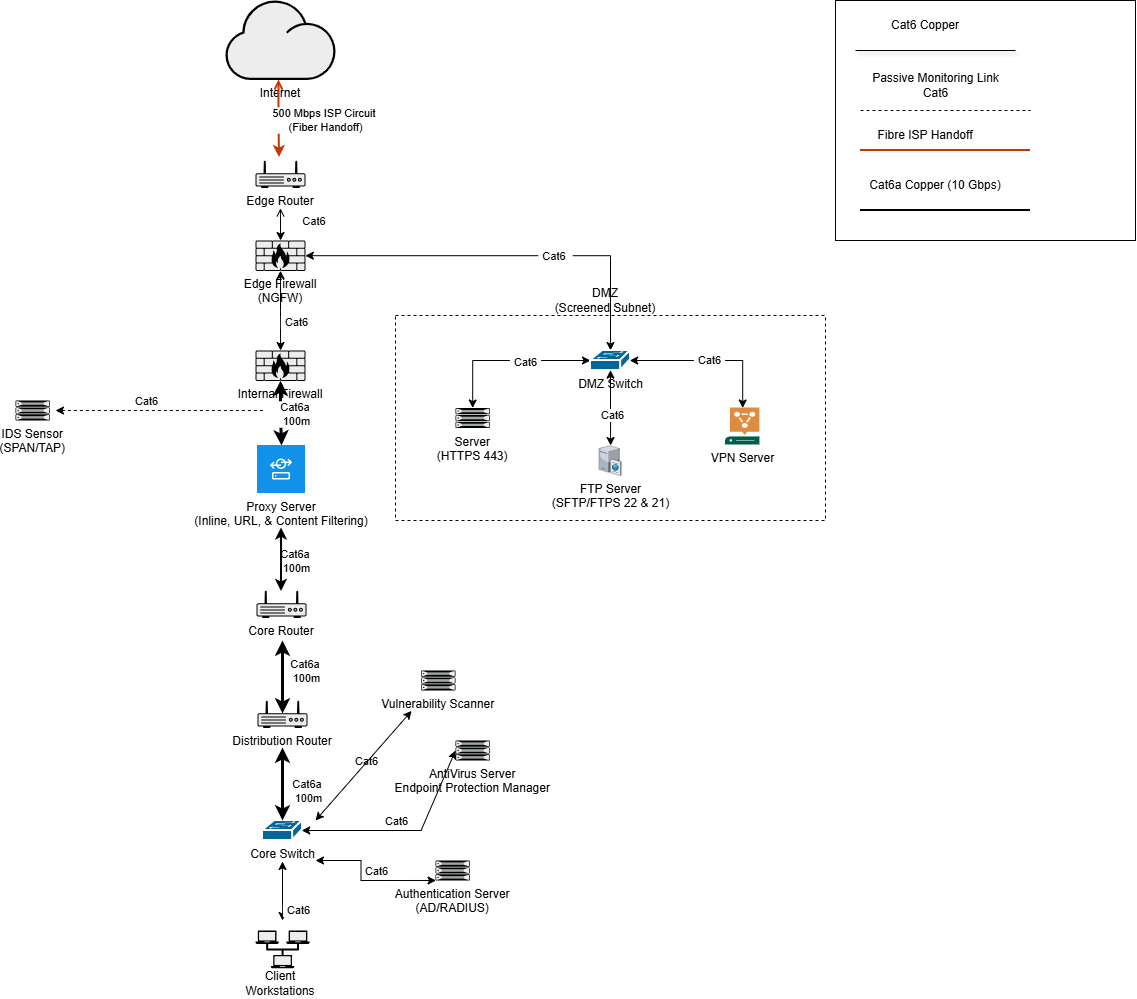
The draw.io diagram Secure Corporate Network.drawio.png in victorcruzat187/SecureCorpNetwork, before a commit. Source tidied: cells renumbered, new cells last; positions are measured from the earlier drawing's top-left corner, leaving out a move shared by most shapes.
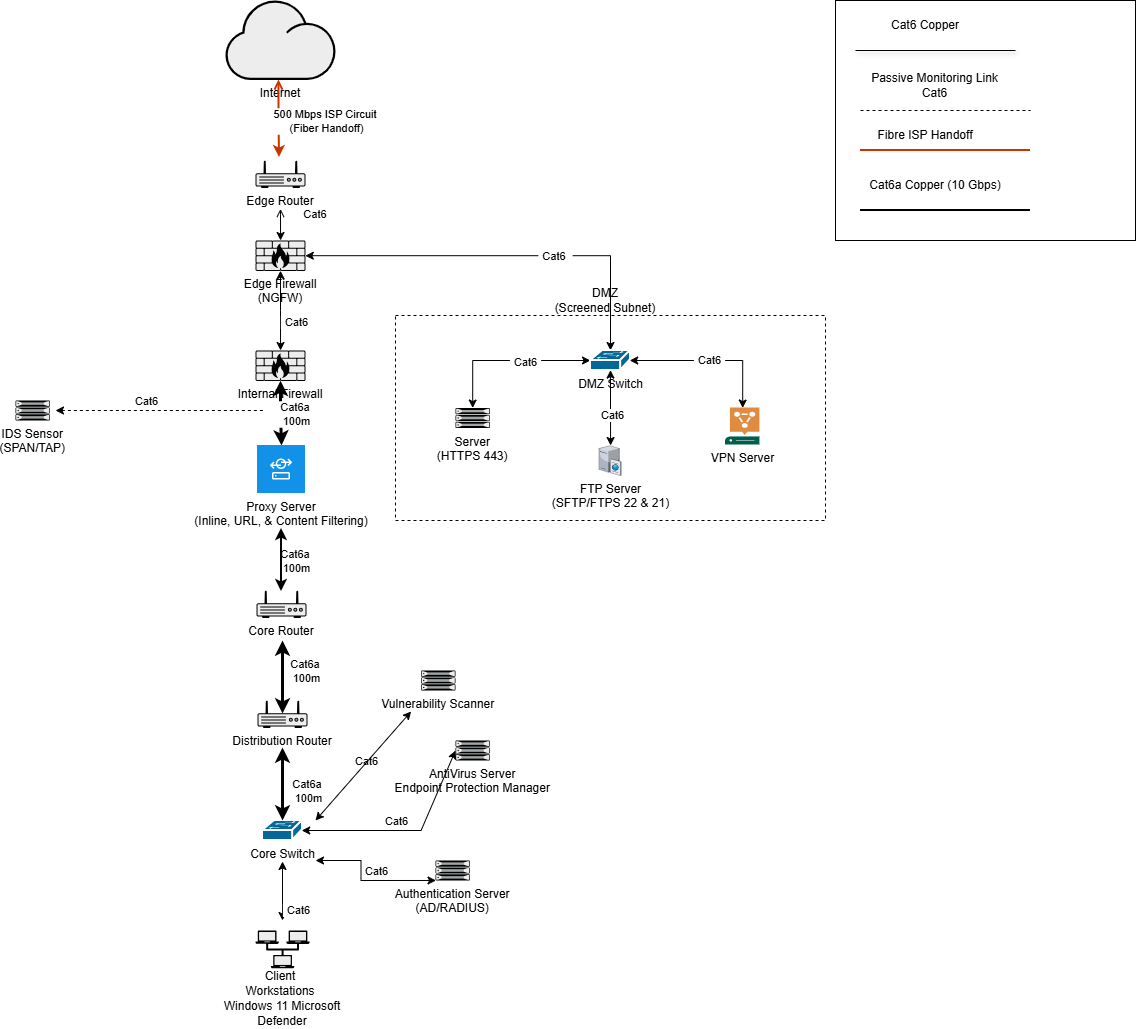
Later version of the same file.

Change to the diagram source:
```diff
@@ -249,5 +249,8 @@
         <mxPoint x="15" as="offset" />
       </mxGeometry>
     </mxCell>
+    <mxCell id="64" value="Windows 11 Microsoft Defender" style="text;html=1;whiteSpace=wrap;strokeColor=none;fillColor=none;align=center;verticalAlign=middle;rounded=0;" parent="1" vertex="1">
+      <mxGeometry x="197.1" y="997.8" width="140" height="30" as="geometry" />
+    </mxCell>
   </root>
 </mxGraphModel>
```
